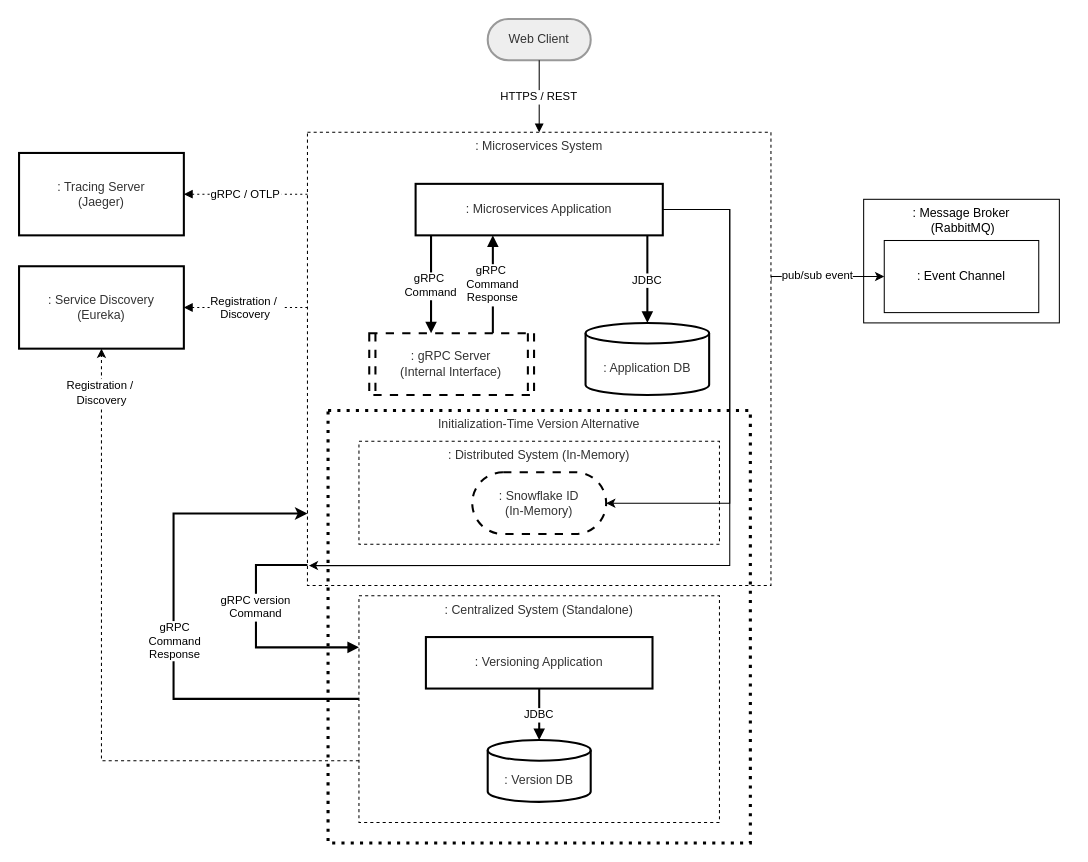
This is data/figs/architecture/topology_grpc.drawio from socialsoftware/microservices-simulator, a draw.io file, before an edit. Source tidied: cells renumbered, new cells numbered last; positions are measured from the earlier drawing's top-left corner, leaving out a move shared by most shapes. Both pictures are drawn from the tidied source at 103%, with x=0, y=0 at pixel (19, 19).
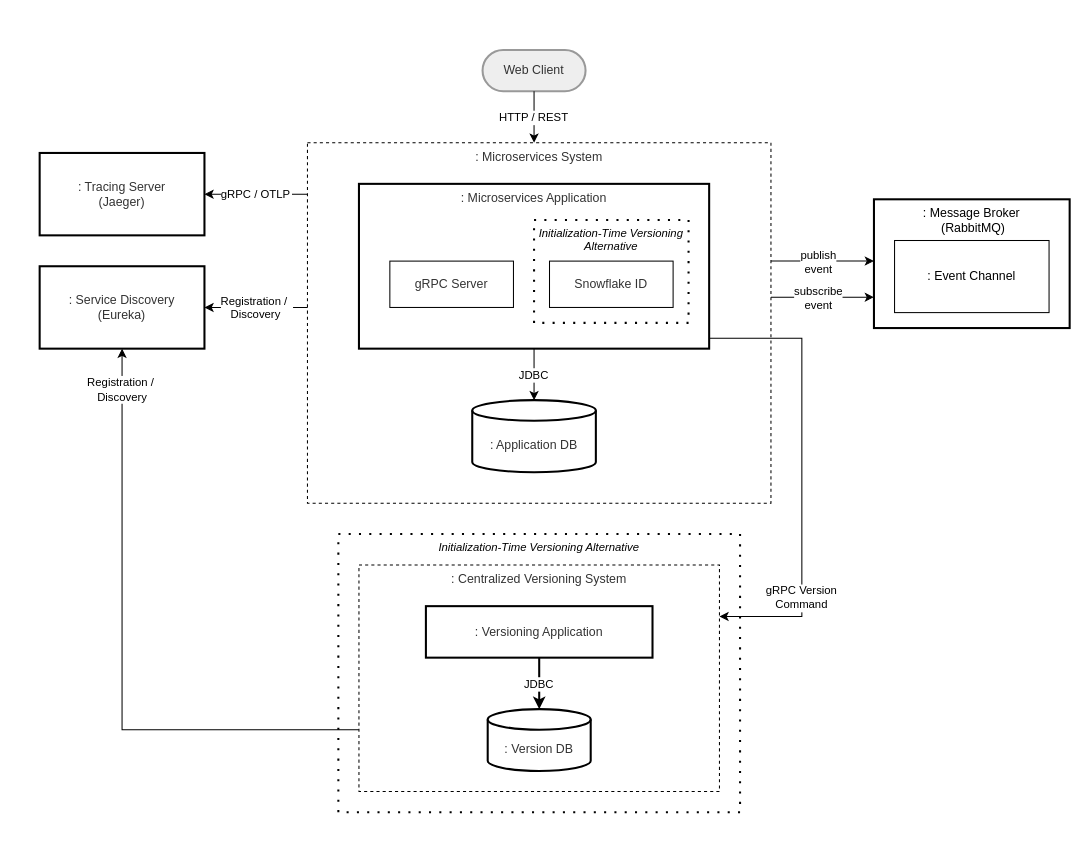
After the change.

Change to the diagram source:
```diff
@@
-<mxGraphModel>
+<mxGraphModel background="#ffffff">
@@
-    <mxCell id="2" value=": Message Broker&lt;div&gt;&amp;nbsp;(RabbitMQ)&lt;/div&gt;" style="whiteSpace=wrap;html=1;verticalAlign=top;" parent="1" vertex="1">
-      <mxGeometry x="820" y="175" width="190" height="120" as="geometry" />
+    <mxCell id="2" value=": Message Broker&lt;div&gt;&amp;nbsp;(RabbitMQ)&lt;/div&gt;" style="whiteSpace=wrap;html=1;verticalAlign=top;strokeWidth=2;" parent="1" vertex="1">
+      <mxGeometry x="830" y="175" width="190" height="125" as="geometry" />
     </mxCell>
     <mxCell id="3" value=": Event Channel" style="whiteSpace=wrap;html=1;" parent="1" vertex="1">
-      <mxGeometry x="840" y="215" width="150" height="70" as="geometry" />
+      <mxGeometry x="850" y="215" width="150" height="70" as="geometry" />
     </mxCell>
-    <mxCell id="4" style="edgeStyle=orthogonalEdgeStyle;rounded=0;jettySize=auto;html=1;" parent="1" edge="1" target="3">
+    <mxCell id="4" style="edgeStyle=orthogonalEdgeStyle;rounded=0;jettySize=auto;html=1;endArrow=classic;endFill=1;" parent="1" edge="1" source="6" target="2">
       <mxGeometry relative="1" as="geometry">
-        <mxPoint x="730" y="254.4" as="sourcePoint" />
         <Array as="points">
-          <mxPoint x="730" y="250" />
+          <mxPoint x="750" y="235" />
+          <mxPoint x="750" y="235" />
         </Array>
       </mxGeometry>
     </mxCell>
-    <mxCell id="5" value="pub/sub event" style="edgeLabel;html=1;align=center;verticalAlign=middle;" parent="4" vertex="1">
+    <mxCell id="5" value="publish&lt;div&gt;event&lt;/div&gt;" style="edgeLabel;html=1;align=center;verticalAlign=middle;" parent="4" vertex="1">
       <mxGeometry x="-0.15" y="-3" relative="1" as="geometry">
-        <mxPoint y="-5" as="offset" />
+        <mxPoint x="2" y="-3" as="offset" />
       </mxGeometry>
     </mxCell>
     <mxCell id="6" value=": Microservices System" style="whiteSpace=wrap;strokeWidth=1;verticalAlign=top;fillColor=default;strokeColor=#000000;fontColor=light-dark(#333333,#cccccc);dashed=1;dashPattern=3 3;" parent="1" vertex="1">
-      <mxGeometry x="280" y="110" width="450" height="440" as="geometry" />
+      <mxGeometry x="280" y="120" width="450" height="350" as="geometry" />
     </mxCell>
-    <mxCell id="7" value="Initialization-Time Version Alternative" style="whiteSpace=wrap;strokeWidth=3;fillColor=none;strokeColor=#000000;fontColor=light-dark(#333333,#cccccc);dashed=1;dashPattern=1 2;verticalAlign=top;" parent="1" vertex="1">
-      <mxGeometry x="300" y="380" width="410" height="420" as="geometry" />
+    <mxCell id="7" value="Initialization-Time Versioning Alternative" style="whiteSpace=wrap;strokeWidth=2;dashed=1;dashPattern=1 4;verticalAlign=top;fontStyle=2;fontSize=11;" parent="1" vertex="1">
+      <mxGeometry x="310" y="500" width="390" height="270" as="geometry" />
     </mxCell>
-    <mxCell id="8" value=": Distributed System (In-Memory)" style="whiteSpace=wrap;strokeWidth=1;verticalAlign=top;fillColor=none;strokeColor=#000000;fontColor=light-dark(#333333,#cccccc);dashed=1;dashPattern=3 3;" parent="1" vertex="1">
-      <mxGeometry x="330" y="410" width="350" height="100" as="geometry" />
-    </mxCell>
-    <mxCell id="9" style="edgeStyle=orthogonalEdgeStyle;rounded=0;jettySize=auto;html=1;strokeWidth=2;" parent="1" edge="1" source="13" target="6">
-      <mxGeometry relative="1" as="geometry">
-        <Array as="points">
-          <mxPoint x="150" y="660" />
-          <mxPoint x="150" y="480" />
-        </Array>
-      </mxGeometry>
-    </mxCell>
-    <mxCell id="10" value="gRPC&lt;div&gt;Command&lt;/div&gt;&lt;div&gt;Response&lt;/div&gt;" style="edgeLabel;html=1;align=center;verticalAlign=middle;" parent="9" vertex="1">
-      <mxGeometry x="0.07" y="4" relative="1" as="geometry">
-        <mxPoint x="4" y="25" as="offset" />
-      </mxGeometry>
-    </mxCell>
-    <mxCell id="11" style="edgeStyle=orthogonalEdgeStyle;rounded=0;jettySize=auto;html=1;dashed=1;" parent="1" edge="1" source="13" target="16">
+    <mxCell id="11" style="edgeStyle=orthogonalEdgeStyle;rounded=0;jettySize=auto;html=1;endArrow=classic;endFill=1;" parent="1" edge="1" source="13" target="16">
       <mxGeometry relative="1" as="geometry">
         <Array as="points">
-          <mxPoint x="80" y="720" />
+          <mxPoint x="100" y="690" />
         </Array>
       </mxGeometry>
     </mxCell>
@@
-    <mxCell id="13" value=": Centralized System (Standalone)" style="whiteSpace=wrap;strokeWidth=1;verticalAlign=top;fillColor=default;strokeColor=#000000;fontColor=light-dark(#333333,#cccccc);dashed=1;dashPattern=3 3;" parent="1" vertex="1">
-      <mxGeometry x="330" y="560" width="350" height="220" as="geometry" />
+    <mxCell id="13" value=": Centralized Versioning System" style="whiteSpace=wrap;strokeWidth=1;verticalAlign=top;fillColor=default;strokeColor=#000000;fontColor=light-dark(#333333,#cccccc);dashed=1;dashPattern=3 3;" parent="1" vertex="1">
+      <mxGeometry x="330" y="530" width="350" height="220" as="geometry" />
     </mxCell>
     <mxCell id="14" value="Web Client" style="rounded=1;whiteSpace=wrap;arcSize=50;strokeWidth=2;fillColor=light-dark(#eeeeee,#1f2020);strokeColor=light-dark(#999999,#cccccc);fontColor=light-dark(#333333,#cccccc);" parent="1" vertex="1">
-      <mxGeometry x="455" width="100" height="40" as="geometry" />
+      <mxGeometry x="450" y="30" width="100" height="40" as="geometry" />
     </mxCell>
-    <mxCell id="15" value=": Snowflake ID&#10;(In-Memory)" style="rounded=1;whiteSpace=wrap;arcSize=50;strokeWidth=2;fillColor=#ffffff;strokeColor=#000000;fontColor=light-dark(#333333,#cccccc);dashed=1;dashPattern=4 4;" parent="1" vertex="1">
-      <mxGeometry x="440" y="440" width="130" height="60" as="geometry" />
-    </mxCell>
     <mxCell id="16" value=": Service Discovery&#10;(Eureka)" style="whiteSpace=wrap;strokeWidth=2;fillColor=#ffffff;strokeColor=#000000;fontColor=light-dark(#333333,#cccccc);" parent="1" vertex="1">
-      <mxGeometry y="240" width="160" height="80" as="geometry" />
+      <mxGeometry x="20" y="240" width="160" height="80" as="geometry" />
     </mxCell>
     <mxCell id="17" value=": Tracing Server&#10;(Jaeger)" style="whiteSpace=wrap;strokeWidth=2;fillColor=#ffffff;strokeColor=#000000;fontColor=light-dark(#333333,#cccccc);" parent="1" vertex="1">
-      <mxGeometry y="130" width="160" height="80" as="geometry" />
+      <mxGeometry x="20" y="130" width="160" height="80" as="geometry" />
     </mxCell>
-    <mxCell id="18" value="HTTPS / REST" style="startArrow=none;endArrow=block;exitX=0.5;exitY=1;entryX=0.5;entryY=0;rounded=0;edgeStyle=orthogonalEdgeStyle;" parent="1" edge="1" source="14" target="6">
-      <mxGeometry relative="1" as="geometry" />
+    <mxCell id="18" value="HTTP / REST" style="startArrow=none;endArrow=classic;exitX=0.5;exitY=1;rounded=0;edgeStyle=orthogonalEdgeStyle;endFill=1;" parent="1" edge="1" source="14" target="6">
+      <mxGeometry relative="1" as="geometry">
+        <Array as="points">
+          <mxPoint x="500" y="100" />
+          <mxPoint x="500" y="100" />
+        </Array>
+      </mxGeometry>
     </mxCell>
-    <mxCell id="19" value="gRPC version&#10;Command" style="startArrow=none;endArrow=block;strokeWidth=2;rounded=0;edgeStyle=orthogonalEdgeStyle;startFill=0;endSize=6;" parent="1" edge="1" source="6" target="13">
-      <mxGeometry x="-0.22" relative="1" as="geometry">
+    <mxCell id="19" value="gRPC Version&#10;Command" style="startArrow=none;endArrow=classic;strokeWidth=1;rounded=0;edgeStyle=orthogonalEdgeStyle;startFill=0;endSize=6;endFill=1;" parent="1" edge="1" source="26" target="13">
+      <mxGeometry x="0.55" relative="1" as="geometry">
         <Array as="points">
-          <mxPoint x="230" y="530" />
-          <mxPoint x="230" y="610" />
+          <mxPoint x="760" y="310" />
+          <mxPoint x="760" y="580" />
         </Array>
       </mxGeometry>
     </mxCell>
-    <mxCell id="20" value="Registration / &#10;Discovery" style="dashed=1;dashPattern=2 3;startArrow=none;endArrow=block;rounded=0;edgeStyle=orthogonalEdgeStyle;" parent="1" edge="1" source="6" target="16">
+    <mxCell id="20" value="Registration / &#10;Discovery" style="startArrow=none;endArrow=classic;rounded=0;edgeStyle=orthogonalEdgeStyle;endFill=1;" parent="1" edge="1" source="6" target="16">
       <mxGeometry relative="1" as="geometry">
         <Array as="points">
           <mxPoint x="250" y="280" />
           <mxPoint x="250" y="280" />
         </Array>
       </mxGeometry>
     </mxCell>
-    <mxCell id="21" value="gRPC / OTLP" style="dashed=1;dashPattern=2 3;startArrow=none;endArrow=block;rounded=0;edgeStyle=orthogonalEdgeStyle;" parent="1" edge="1" source="6" target="17">
+    <mxCell id="21" value="gRPC / OTLP" style="startArrow=none;endArrow=classic;rounded=0;edgeStyle=orthogonalEdgeStyle;endFill=1;" parent="1" edge="1" source="6" target="17">
       <mxGeometry relative="1" as="geometry">
         <Array as="points">
           <mxPoint x="260" y="170" />
           <mxPoint x="260" y="170" />
         </Array>
       </mxGeometry>
     </mxCell>
     <mxCell id="22" value=": Versioning Application" style="whiteSpace=wrap;strokeWidth=2;fillColor=#ffffff;strokeColor=#000000;fontColor=light-dark(#333333,#cccccc);" parent="1" vertex="1">
-      <mxGeometry x="395" y="600" width="220" height="50" as="geometry" />
+      <mxGeometry x="395" y="570" width="220" height="50" as="geometry" />
     </mxCell>
     <mxCell id="23" value=": Version DB" style="shape=cylinder3;boundedLbl=1;backgroundOutline=1;size=10;strokeWidth=2;whiteSpace=wrap;fillColor=#ffffff;strokeColor=#000000;fontColor=light-dark(#333333,#cccccc);" parent="1" vertex="1">
-      <mxGeometry x="455" y="700" width="100" height="60" as="geometry" />
+      <mxGeometry x="455" y="670" width="100" height="60" as="geometry" />
     </mxCell>
-    <mxCell id="24" value="JDBC" style="startArrow=none;endArrow=block;strokeWidth=2;exitX=0.5;exitY=0.99;entryX=0.5;entryY=-0.01;rounded=0;edgeStyle=orthogonalEdgeStyle;" parent="1" edge="1" source="22" target="23">
+    <mxCell id="24" value="JDBC" style="startArrow=none;endArrow=classic;strokeWidth=2;exitX=0.5;exitY=0.99;entryX=0.5;entryY=-0.01;rounded=0;edgeStyle=orthogonalEdgeStyle;endFill=1;" parent="1" edge="1" source="22" target="23">
       <mxGeometry relative="1" as="geometry" />
     </mxCell>
-    <mxCell id="25" style="edgeStyle=orthogonalEdgeStyle;rounded=0;jettySize=auto;html=1;" parent="1" edge="1" source="26" target="15">
-      <mxGeometry relative="1" as="geometry">
-        <Array as="points">
-          <mxPoint x="690" y="185" />
-          <mxPoint x="690" y="470" />
-        </Array>
-      </mxGeometry>
-    </mxCell>
-    <mxCell id="26" value=": Microservices Application" style="whiteSpace=wrap;strokeWidth=2;fillColor=#ffffff;strokeColor=#000000;fontColor=light-dark(#333333,#cccccc);" parent="1" vertex="1">
-      <mxGeometry x="385" y="160" width="240" height="50" as="geometry" />
+    <mxCell id="26" value=": Microservices Application" style="whiteSpace=wrap;strokeWidth=2;fillColor=#ffffff;strokeColor=#000000;fontColor=light-dark(#333333,#cccccc);verticalAlign=top;" parent="1" vertex="1">
+      <mxGeometry x="330" y="160" width="340" height="160" as="geometry" />
     </mxCell>
-    <mxCell id="27" value=": gRPC Server&#10;(Internal Interface)" style="strokeWidth=2;shape=process;whiteSpace=wrap;size=0.04;fillColor=#ffffff;strokeColor=#000000;fontColor=light-dark(#333333,#cccccc);dashed=1;dashPattern=4 4;" parent="1" vertex="1">
-      <mxGeometry x="340" y="305" width="160" height="60" as="geometry" />
+    <mxCell id="27" value="gRPC Server" style="whiteSpace=wrap;strokeWidth=1;fillColor=#ffffff;strokeColor=#000000;fontColor=light-dark(#333333,#cccccc);" parent="1" vertex="1">
+      <mxGeometry x="360" y="235" width="120" height="45" as="geometry" />
     </mxCell>
     <mxCell id="28" value=": Application DB" style="shape=cylinder3;boundedLbl=1;backgroundOutline=1;size=10;strokeWidth=2;whiteSpace=wrap;fillColor=#ffffff;strokeColor=#000000;fontColor=light-dark(#333333,#cccccc);" parent="1" vertex="1">
-      <mxGeometry x="550" y="295" width="120" height="70" as="geometry" />
+      <mxGeometry x="440" y="370" width="120" height="70" as="geometry" />
     </mxCell>
-    <mxCell id="29" value="gRPC &#10;Command" style="startArrow=none;endArrow=block;strokeWidth=2;rounded=0;edgeStyle=orthogonalEdgeStyle;startFill=0;" parent="1" edge="1" source="26" target="27">
-      <mxGeometry relative="1" as="geometry">
-        <Array as="points">
-          <mxPoint x="400" y="270" />
-          <mxPoint x="400" y="270" />
-        </Array>
-      </mxGeometry>
-    </mxCell>
-    <mxCell id="30" value="JDBC" style="startArrow=none;endArrow=block;strokeWidth=2;entryX=0.5;entryY=-0.01;rounded=0;edgeStyle=orthogonalEdgeStyle;" parent="1" edge="1" source="26" target="28">
+    <mxCell id="30" value="JDBC" style="startArrow=none;endArrow=classic;strokeWidth=1;entryX=0.5;entryY=-0.01;rounded=0;edgeStyle=orthogonalEdgeStyle;endFill=1;" parent="1" edge="1" source="26" target="28">
       <mxGeometry relative="1" as="geometry">
         <Array as="points">
           <mxPoint x="610" y="240" />
           <mxPoint x="610" y="240" />
         </Array>
       </mxGeometry>
     </mxCell>
-    <mxCell id="31" value="gRPC &#10;Command&#10;Response" style="startArrow=none;endArrow=block;strokeWidth=2;rounded=0;edgeStyle=orthogonalEdgeStyle;startFill=0;" parent="1" edge="1" source="27" target="26">
-      <mxGeometry relative="1" as="geometry">
-        <Array as="points">
-          <mxPoint x="460" y="240" />
-          <mxPoint x="460" y="240" />
-        </Array>
-      </mxGeometry>
-    </mxCell>
-    <mxCell id="32" style="edgeStyle=orthogonalEdgeStyle;rounded=0;jettySize=auto;html=1;entryX=0.003;entryY=0.956;entryDx=0;entryDy=0;entryPerimeter=0;" parent="1" edge="1" source="26" target="6">
-      <mxGeometry relative="1" as="geometry">
-        <Array as="points">
-          <mxPoint x="690" y="185" />
-          <mxPoint x="690" y="531" />
-          <mxPoint x="281" y="531" />
-        </Array>
-      </mxGeometry>
-    </mxCell>
+    <mxCell id="33" style="edgeStyle=orthogonalEdgeStyle;rounded=0;jettySize=auto;html=1;endArrow=classic;endFill=1;" parent="1" edge="1" source="6" target="2">
+      <mxGeometry relative="1" as="geometry">
+        <Array as="points">
+          <mxPoint x="750" y="270" />
+          <mxPoint x="750" y="270" />
+        </Array>
+      </mxGeometry>
+    </mxCell>
+    <mxCell id="34" value="subscribe&lt;div&gt;event&lt;/div&gt;" style="edgeLabel;html=1;align=center;verticalAlign=middle;" parent="33" vertex="1">
+      <mxGeometry x="-0.15" y="-3" relative="1" as="geometry">
+        <mxPoint x="2" y="-3" as="offset" />
+      </mxGeometry>
+    </mxCell>
+    <mxCell id="35" value="Initialization-Time Versioning Alternative" style="whiteSpace=wrap;strokeWidth=2;fillColor=default;strokeColor=#000000;fontColor=default;dashed=1;dashPattern=1 4;verticalAlign=top;fontStyle=2;fontSize=11;" parent="1" vertex="1">
+      <mxGeometry x="500" y="195" width="150" height="100" as="geometry" />
+    </mxCell>
+    <mxCell id="15" value="Snowflake ID" style="whiteSpace=wrap;strokeWidth=1;fillColor=#ffffff;strokeColor=#000000;fontColor=light-dark(#333333,#cccccc);" parent="1" vertex="1">
+      <mxGeometry x="515" y="235" width="120" height="45" as="geometry" />
+    </mxCell>
```
